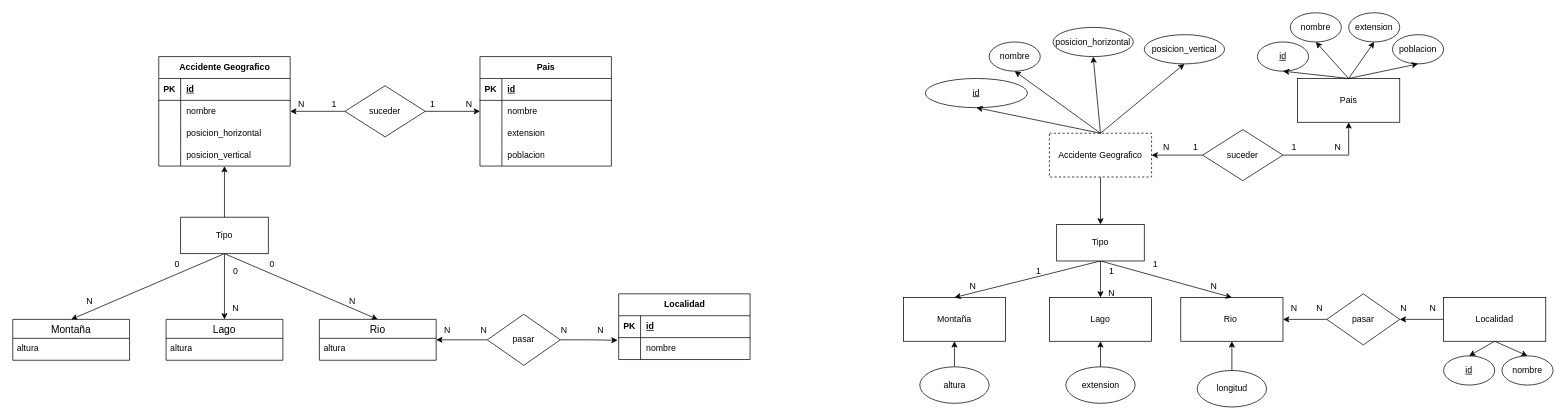
This is ej11.drawio from adriii28/amr-tsys-C3U12-11102023, a draw.io file, before an edit. Source tidied: cells renumbered, new cells numbered last; positions are measured from the earlier drawing's top-left corner, leaving out a move shared by most shapes. Both pictures are drawn from the tidied source at 73%, with x=0, y=0 at pixel (12, 12).
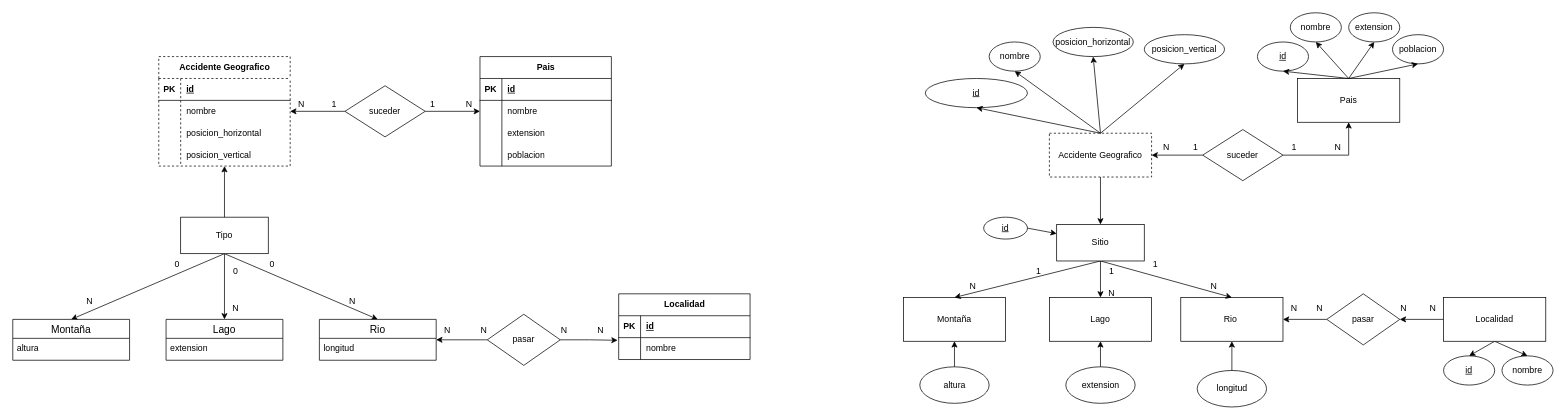
The same page after the edit.

Unchanged cells that the change refers to:
```xml
<mxCell id="91" value="Lago" style="swimlane;fontStyle=0;horizontal=1;startSize=26;align=center;fontSize=14;" parent="1" vertex="1">
  <mxGeometry x="210" y="420" width="160" height="56" as="geometry" />
</mxCell>
<mxCell id="93" value="Rio" style="swimlane;fontStyle=0;horizontal=1;startSize=26;align=center;fontSize=14;" parent="1" vertex="1">
  <mxGeometry x="420" y="420" width="160" height="56" as="geometry" />
</mxCell>
```

What changed in the source:
```diff
@@
-    <mxCell id="52" value="Tipo" style="rounded=0;whiteSpace=wrap;html=1;" parent="1" vertex="1">
+    <mxCell id="52" value="Sitio" style="rounded=0;whiteSpace=wrap;html=1;" parent="1" vertex="1">
       <mxGeometry x="1430" y="290" width="120" height="50" as="geometry" />
     </mxCell>
@@
-    <mxCell id="59" value="Accidente Geografico" style="shape=table;startSize=30;childLayout=tableLayout;rowLines=0;fontStyle=1;align=center;html=1;" parent="1" vertex="1">
+    <mxCell id="59" value="Accidente Geografico" style="shape=table;startSize=30;childLayout=tableLayout;rowLines=0;fontStyle=1;align=center;html=1;dashed=1;" parent="1" vertex="1">
       <mxGeometry x="200" y="60" width="180" height="150" as="geometry" />
     </mxCell>
@@
-    <mxCell id="92" value="altura" style="text;strokeColor=none;fillColor=none;spacingLeft=4;spacingRight=4;overflow=hidden;fontSize=12;whiteSpace=wrap;html=1;" parent="91" vertex="1">
+    <mxCell id="92" value="extension" style="text;strokeColor=none;fillColor=none;spacingLeft=4;spacingRight=4;overflow=hidden;fontSize=12;whiteSpace=wrap;html=1;" parent="91" vertex="1">
       <mxGeometry y="26" width="160" height="30" as="geometry" />
     </mxCell>
@@
-    <mxCell id="94" value="altura" style="text;strokeColor=none;fillColor=none;spacingLeft=4;spacingRight=4;overflow=hidden;fontSize=12;whiteSpace=wrap;html=1;" parent="93" vertex="1">
+    <mxCell id="94" value="longitud" style="text;strokeColor=none;fillColor=none;spacingLeft=4;spacingRight=4;overflow=hidden;fontSize=12;whiteSpace=wrap;html=1;" parent="93" vertex="1">
       <mxGeometry y="26" width="160" height="30" as="geometry" />
     </mxCell>
@@
+    <mxCell id="123" style="rounded=0;jettySize=auto;html=1;exitX=1;exitY=0.5;exitDx=0;exitDy=0;entryX=0;entryY=0.25;entryDx=0;entryDy=0;" parent="1" edge="1" source="124" target="52">
+      <mxGeometry relative="1" as="geometry" />
+    </mxCell>
+    <mxCell id="124" value="id" style="ellipse;whiteSpace=wrap;html=1;fontStyle=4;" parent="1" vertex="1">
+      <mxGeometry x="1330" y="280" width="60" height="30" as="geometry" />
+    </mxCell>
```
